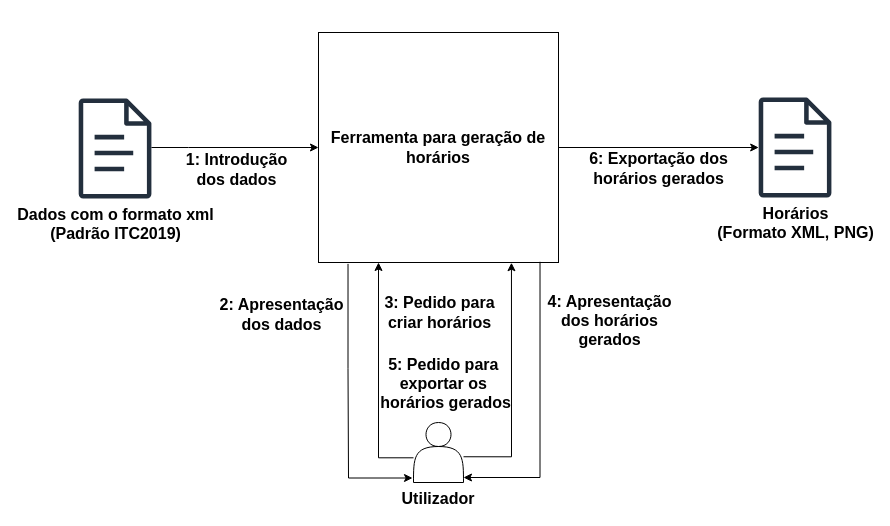
This is diagramas/diagrama_geral.drawio from RRamos19/Master-Thesis, a draw.io file, before an edit. Source tidied: cells renumbered, new cells numbered last; positions are measured from the earlier drawing's top-left corner, leaving out a move shared by most shapes. Both pictures are drawn from the tidied source at 100%, with x=0, y=0 at pixel (78, 32).
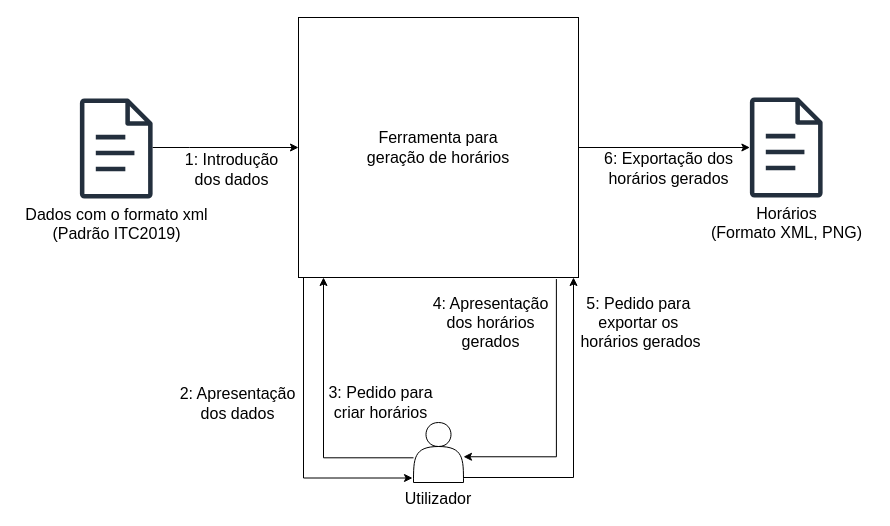
The same diagram, later.

Unchanged cells that the change refers to:
```xml
<mxCell id="5" style="endArrow=classic;html=1;rounded=0;edgeStyle=orthogonalEdgeStyle;" parent="1" edge="1" source="2" target="21">
  <mxGeometry relative="1" as="geometry" />
</mxCell>
<mxCell id="8" style="shape=ellipse;fillColor=none;strokeColor=none;html=1;sketch=0;" parent="1" vertex="1">
  <mxGeometry x="335" y="421" width="10" height="8.5" as="geometry" />
</mxCell>
<mxCell id="15" style="shape=ellipse;fillColor=none;strokeColor=none;html=1;sketch=0;" parent="1" vertex="1">
  <mxGeometry x="334" y="442" width="10" height="7" as="geometry" />
</mxCell>
<mxCell id="17" style="shape=ellipse;fillColor=none;strokeColor=none;html=1;sketch=0;" parent="1" vertex="1">
  <mxGeometry x="376" y="420" width="9" height="8.5" as="geometry" />
</mxCell>
<mxCell id="19" style="shape=ellipse;fillColor=none;strokeColor=none;html=1;sketch=0;" parent="1" vertex="1">
  <mxGeometry x="372" y="440" width="13" height="10" as="geometry" />
</mxCell>
```

What changed in the source:
```diff
@@
-    <mxCell id="2" value="Ferramenta para geração de horários" style="rounded=0;whiteSpace=wrap;html=1;labelBorderColor=none;textShadow=0;fontSize=16;fontStyle=1;" parent="1" vertex="1">
-      <mxGeometry x="240" width="240" height="230" as="geometry" />
+    <mxCell id="2" value="&lt;span style=&quot;font-weight: normal;&quot;&gt;Ferramenta para&lt;/span&gt;&lt;div&gt;&lt;span style=&quot;font-weight: normal;&quot;&gt;geração de horários&lt;/span&gt;&lt;/div&gt;" style="rounded=0;whiteSpace=wrap;html=1;labelBorderColor=none;textShadow=0;fontSize=16;fontStyle=1;" parent="1" vertex="1">
+      <mxGeometry x="220" y="-15" width="280" height="260" as="geometry" />
     </mxCell>
     <mxCell id="3" style="endArrow=classic;html=1;rounded=0;edgeStyle=orthogonalEdgeStyle;" parent="1" edge="1" source="20" target="2">
       <mxGeometry relative="1" as="geometry">
         <Array as="points">
-          <mxPoint x="110" y="115" />
-          <mxPoint x="110" y="115" />
+          <mxPoint x="111.2" y="115" />
+          <mxPoint x="111.2" y="115" />
         </Array>
       </mxGeometry>
     </mxCell>
-    <mxCell id="4" value="1: Introdução&lt;div&gt;dos dados&lt;/div&gt;" style="edgeLabel;html=1;align=center;verticalAlign=middle;fontSize=16;fontStyle=1;" parent="3" vertex="1">
+    <mxCell id="4" value="&lt;span style=&quot;font-weight: normal;&quot;&gt;1: Introdução&lt;/span&gt;&lt;div&gt;&lt;span style=&quot;font-weight: normal;&quot;&gt;dos dados&lt;/span&gt;&lt;/div&gt;" style="edgeLabel;html=1;align=center;verticalAlign=middle;fontSize=16;fontStyle=1;labelBackgroundColor=none;" parent="3" vertex="1">
       <mxGeometry x="-0.32" y="-4" relative="1" as="geometry">
         <mxPoint x="28" y="17" as="offset" />
       </mxGeometry>
     </mxCell>
@@
-    <mxCell id="6" value="6: Exportação dos&lt;div&gt;horários gerados&lt;/div&gt;" style="edgeLabel;html=1;align=center;verticalAlign=middle;fontSize=16;fontStyle=1;" parent="5" vertex="1">
+    <mxCell id="6" value="&lt;span style=&quot;font-weight: normal;&quot;&gt;6: Exportação dos&lt;/span&gt;&lt;div&gt;&lt;span style=&quot;font-weight: normal;&quot;&gt;horários gerados&lt;/span&gt;&lt;/div&gt;" style="edgeLabel;html=1;align=center;verticalAlign=middle;fontSize=16;fontStyle=1;labelBackgroundColor=none;" parent="5" vertex="1">
       <mxGeometry x="-0.27" y="2" relative="1" as="geometry">
         <mxPoint x="26" y="22" as="offset" />
       </mxGeometry>
     </mxCell>
-    <mxCell id="7" value="Utilizador" style="shape=actor;whiteSpace=wrap;html=1;labelPosition=center;verticalLabelPosition=bottom;align=center;verticalAlign=top;fontStyle=1;fontSize=16;" parent="1" vertex="1">
+    <mxCell id="7" value="&lt;span style=&quot;font-weight: normal;&quot;&gt;Utilizador&lt;/span&gt;" style="shape=actor;whiteSpace=wrap;html=1;labelPosition=center;verticalLabelPosition=bottom;align=center;verticalAlign=top;fontStyle=1;fontSize=16;" parent="1" vertex="1">
       <mxGeometry x="335" y="390" width="50" height="60" as="geometry" />
     </mxCell>
@@
-    <mxCell id="9" style="endArrow=classic;html=1;rounded=0;entryX=0.25;entryY=1;entryDx=0;entryDy=0;edgeStyle=orthogonalEdgeStyle;" parent="1" edge="1" source="8" target="2">
+    <mxCell id="9" style="endArrow=classic;html=1;rounded=0;edgeStyle=orthogonalEdgeStyle;" parent="1" edge="1" source="8" target="2">
       <mxGeometry relative="1" as="geometry">
         <Array as="points">
-          <mxPoint x="300" y="425" />
+          <mxPoint x="245" y="425" />
         </Array>
       </mxGeometry>
     </mxCell>
-    <mxCell id="10" value="3: Pedido p&lt;span style=&quot;background-color: light-dark(#ffffff, var(--ge-dark-color, #121212)); color: light-dark(rgb(0, 0, 0), rgb(255, 255, 255));&quot;&gt;ara&lt;/span&gt;&lt;div&gt;&lt;span style=&quot;background-color: light-dark(#ffffff, var(--ge-dark-color, #121212)); color: light-dark(rgb(0, 0, 0), rgb(255, 255, 255));&quot;&gt;criar horários&lt;/span&gt;&lt;/div&gt;" style="edgeLabel;html=1;align=center;verticalAlign=middle;fontSize=16;fontStyle=1;" parent="9" vertex="1">
+    <mxCell id="10" value="&lt;span style=&quot;font-weight: normal;&quot;&gt;3: Pedido p&lt;span style=&quot;color: light-dark(rgb(0, 0, 0), rgb(255, 255, 255));&quot;&gt;ara&lt;/span&gt;&lt;/span&gt;&lt;div&gt;&lt;span style=&quot;color: light-dark(rgb(0, 0, 0), rgb(255, 255, 255)); font-weight: normal;&quot;&gt;criar horários&lt;/span&gt;&lt;/div&gt;" style="edgeLabel;html=1;align=center;verticalAlign=middle;fontSize=16;fontStyle=1;labelBackgroundColor=none;" parent="9" vertex="1">
       <mxGeometry x="0.44" y="-1" relative="1" as="geometry">
-        <mxPoint x="59" y="-15" as="offset" />
+        <mxPoint x="55" y="49" as="offset" />
       </mxGeometry>
     </mxCell>
-    <mxCell id="11" value="4: Apresentação&lt;div&gt;dos horários&lt;/div&gt;&lt;div&gt;gerados&lt;/div&gt;" style="edgeLabel;html=1;align=center;verticalAlign=middle;fontSize=16;fontStyle=1;" parent="9" vertex="1">
+    <mxCell id="11" value="&lt;span style=&quot;font-weight: normal;&quot;&gt;4: Apresentação&lt;/span&gt;&lt;div&gt;&lt;span style=&quot;font-weight: normal;&quot;&gt;dos horários&lt;/span&gt;&lt;/div&gt;&lt;div&gt;&lt;span style=&quot;font-weight: normal;&quot;&gt;gerados&lt;/span&gt;&lt;/div&gt;" style="edgeLabel;html=1;align=center;verticalAlign=middle;fontSize=16;fontStyle=1;labelBackgroundColor=none;" parent="9" vertex="1">
       <mxGeometry x="0.44" y="-1" relative="1" as="geometry">
-        <mxPoint x="229" y="-7" as="offset" />
+        <mxPoint x="165" y="-31" as="offset" />
       </mxGeometry>
     </mxCell>
-    <mxCell id="12" value="5: Pedido para&amp;nbsp;&lt;div&gt;exportar os&amp;nbsp;&lt;/div&gt;&lt;div&gt;horários gerados&lt;/div&gt;" style="edgeLabel;html=1;align=center;verticalAlign=middle;fontSize=16;fontStyle=1;" parent="9" vertex="1">
+    <mxCell id="12" value="&lt;span style=&quot;font-weight: normal;&quot;&gt;5: Pedido para&amp;nbsp;&lt;/span&gt;&lt;div&gt;&lt;span style=&quot;font-weight: normal;&quot;&gt;exportar os&amp;nbsp;&lt;/span&gt;&lt;/div&gt;&lt;div&gt;&lt;span style=&quot;font-weight: normal;&quot;&gt;horários gerados&lt;/span&gt;&lt;/div&gt;" style="edgeLabel;html=1;align=center;verticalAlign=middle;fontSize=16;fontStyle=1;labelBackgroundColor=none;" parent="9" vertex="1">
       <mxGeometry x="0.44" y="-1" relative="1" as="geometry">
-        <mxPoint x="65" y="56" as="offset" />
+        <mxPoint x="315" y="-31" as="offset" />
       </mxGeometry>
     </mxCell>
-    <mxCell id="13" style="endArrow=classic;html=1;rounded=0;exitX=0.123;exitY=1.006;exitDx=0;exitDy=0;exitPerimeter=0;entryX=0;entryY=0.5;entryDx=0;entryDy=0;edgeStyle=orthogonalEdgeStyle;" parent="1" edge="1" source="2" target="15">
+    <mxCell id="13" style="endArrow=classic;html=1;rounded=0;entryX=0;entryY=0.5;entryDx=0;entryDy=0;edgeStyle=orthogonalEdgeStyle;" parent="1" edge="1" source="2" target="15">
       <mxGeometry relative="1" as="geometry">
         <Array as="points">
-          <mxPoint x="269" y="336" />
-          <mxPoint x="270" y="445" />
+          <mxPoint x="225" y="446" />
         </Array>
       </mxGeometry>
     </mxCell>
-    <mxCell id="14" value="2: Apresentação&lt;br&gt;dos dados" style="edgeLabel;html=1;align=center;verticalAlign=middle;fontSize=16;fontStyle=1;" parent="13" vertex="1">
+    <mxCell id="14" value="&lt;span style=&quot;font-weight: normal;&quot;&gt;2: Apresentação&lt;br&gt;dos dados&lt;/span&gt;" style="edgeLabel;html=1;align=center;verticalAlign=middle;fontSize=16;fontStyle=1;labelBackgroundColor=none;" parent="13" vertex="1">
       <mxGeometry x="-0.24" y="2" relative="1" as="geometry">
-        <mxPoint x="-69" y="-56" as="offset" />
+        <mxPoint x="-69" y="7" as="offset" />
       </mxGeometry>
     </mxCell>
@@
-    <mxCell id="16" style="rounded=0;jettySize=auto;html=1;exitX=0.804;exitY=1.001;exitDx=0;exitDy=0;exitPerimeter=0;entryX=1;entryY=0.5;entryDx=0;entryDy=0;edgeStyle=orthogonalEdgeStyle;startArrow=classic;startFill=1;endArrow=none;" parent="1" edge="1" source="2" target="17">
+    <mxCell id="16" style="rounded=0;jettySize=auto;html=1;exitX=0.921;exitY=1.006;exitDx=0;exitDy=0;exitPerimeter=0;entryX=1;entryY=0.5;entryDx=0;entryDy=0;edgeStyle=orthogonalEdgeStyle;startArrow=none;startFill=0;endArrow=classic;endFill=1;" parent="1" edge="1" source="2" target="17">
       <mxGeometry relative="1" as="geometry">
         <Array as="points">
-          <mxPoint x="433" y="424" />
+          <mxPoint x="478" y="424" />
         </Array>
       </mxGeometry>
     </mxCell>
@@
-    <mxCell id="18" style="edgeStyle=orthogonalEdgeStyle;rounded=0;jettySize=auto;html=1;entryX=0.923;entryY=0.997;entryDx=0;entryDy=0;entryPerimeter=0;exitX=1;exitY=0.5;exitDx=0;exitDy=0;endArrow=none;endFill=1;startArrow=classic;startFill=1;" parent="1" edge="1" source="19" target="2">
+    <mxCell id="18" style="edgeStyle=orthogonalEdgeStyle;rounded=0;jettySize=auto;html=1;exitX=1;exitY=0.5;exitDx=0;exitDy=0;endArrow=classic;endFill=1;startArrow=none;startFill=0;" parent="1" edge="1" source="19" target="2">
       <mxGeometry relative="1" as="geometry">
         <Array as="points">
-          <mxPoint x="462" y="445" />
+          <mxPoint x="495" y="445" />
         </Array>
       </mxGeometry>
     </mxCell>
@@
-    <mxCell id="20" value="&lt;font style=&quot;color: rgb(0, 0, 0);&quot;&gt;Dados com o formato xml&lt;/font&gt;&lt;div style=&quot;color: rgb(0, 0, 0);&quot;&gt;(Padrão ITC2019)&lt;/div&gt;" style="sketch=0;outlineConnect=0;fontColor=#232F3E;gradientColor=none;fillColor=#232F3D;strokeColor=none;dashed=0;verticalLabelPosition=bottom;verticalAlign=top;align=center;html=1;fontSize=16;fontStyle=1;shape=mxgraph.aws4.document;" parent="1" vertex="1">
-      <mxGeometry y="66" width="73.1" height="100" as="geometry" />
+    <mxCell id="20" value="&lt;font style=&quot;color: rgb(0, 0, 0); font-weight: normal;&quot;&gt;Dados com o formato xml&lt;/font&gt;&lt;div style=&quot;color: rgb(0, 0, 0);&quot;&gt;&lt;span style=&quot;font-weight: normal;&quot;&gt;(Padrão ITC2019)&lt;/span&gt;&lt;/div&gt;" style="sketch=0;outlineConnect=0;fontColor=#232F3E;gradientColor=none;fillColor=#232F3D;strokeColor=none;dashed=0;verticalLabelPosition=bottom;verticalAlign=top;align=center;html=1;fontSize=16;fontStyle=1;shape=mxgraph.aws4.document;" parent="1" vertex="1">
+      <mxGeometry x="1.2" y="66" width="73.1" height="100" as="geometry" />
     </mxCell>
-    <mxCell id="21" value="&lt;span style=&quot;color: rgb(0, 0, 0);&quot;&gt;Horários&lt;/span&gt;&lt;div style=&quot;color: rgb(0, 0, 0);&quot;&gt;(Formato XML, PNG&lt;span style=&quot;background-color: transparent; color: light-dark(rgb(0, 0, 0), rgb(255, 255, 255));&quot;&gt;)&lt;/span&gt;&lt;/div&gt;" style="sketch=0;outlineConnect=0;fontColor=#232F3E;gradientColor=none;fillColor=#232F3D;strokeColor=none;dashed=0;verticalLabelPosition=bottom;verticalAlign=top;align=center;html=1;fontSize=16;fontStyle=1;shape=mxgraph.aws4.document;" parent="1" vertex="1">
-      <mxGeometry x="680" y="65" width="73.1" height="100" as="geometry" />
+    <mxCell id="21" value="&lt;span style=&quot;color: rgb(0, 0, 0); font-weight: normal;&quot;&gt;Horários&lt;/span&gt;&lt;div style=&quot;color: rgb(0, 0, 0);&quot;&gt;&lt;span style=&quot;font-weight: normal;&quot;&gt;(Formato XML, PNG&lt;span style=&quot;background-color: transparent; color: light-dark(rgb(0, 0, 0), rgb(255, 255, 255));&quot;&gt;)&lt;/span&gt;&lt;/span&gt;&lt;/div&gt;" style="sketch=0;outlineConnect=0;fontColor=#232F3E;gradientColor=none;fillColor=#232F3D;strokeColor=none;dashed=0;verticalLabelPosition=bottom;verticalAlign=top;align=center;html=1;fontSize=16;fontStyle=1;shape=mxgraph.aws4.document;" parent="1" vertex="1">
+      <mxGeometry x="671.2" y="65" width="73.1" height="100" as="geometry" />
     </mxCell>
```
